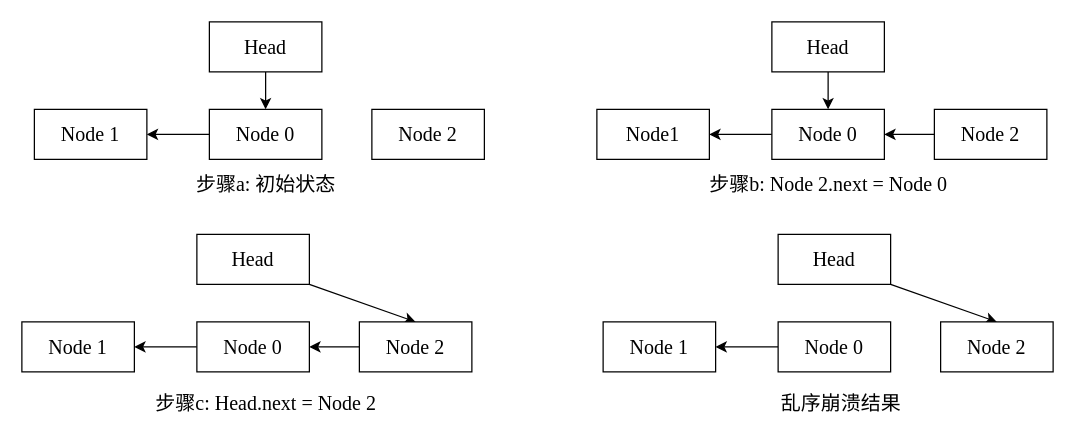
Above: page "缓存顺序问题" (3 of 17) of 毕业论文.drawio in HustDsy/Picture (draw.io), before the change. Source tidied: cells renumbered, new cells numbered last; positions are measured from the earlier drawing's top-left corner, leaving out a move shared by most shapes. Both pictures are drawn from the tidied source at 125%, with x=0, y=0 at pixel (21, 21).
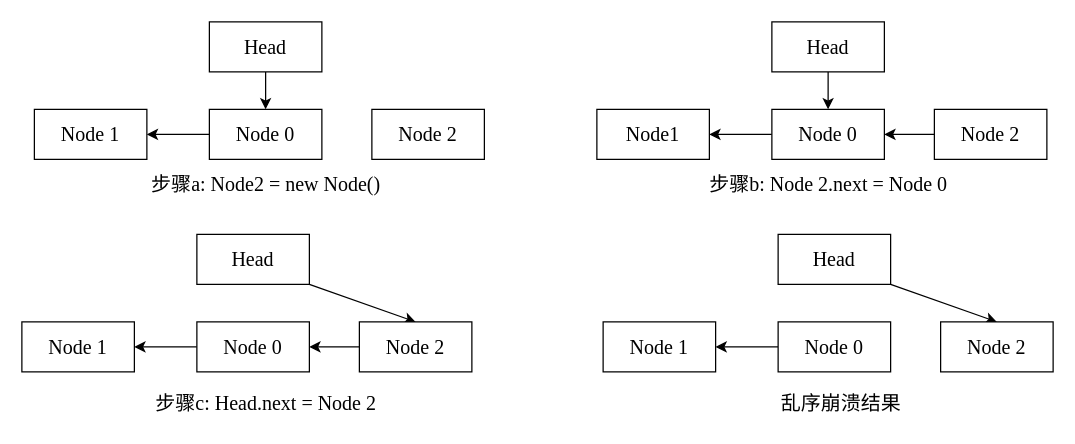
Above is the later version.

Change to the diagram source:
```diff
@@
-    <mxCell id="29" value="&lt;font face=&quot;简宋&quot;&gt;步骤&lt;/font&gt;a: &lt;font face=&quot;简宋&quot;&gt;初始状态&lt;/font&gt;" style="text;html=1;align=center;verticalAlign=middle;strokeColor=none;fillColor=none;fontSize=16;fontFamily=Times New Roman;" parent="1" vertex="1">
-      <mxGeometry x="130" y="115" width="130" height="30" as="geometry" />
+    <mxCell id="29" value="&lt;font face=&quot;简宋&quot;&gt;步骤&lt;/font&gt;a: Node2 = new Node()" style="text;html=1;align=center;verticalAlign=middle;strokeColor=none;fillColor=none;fontSize=16;fontFamily=Times New Roman;" parent="1" vertex="1">
+      <mxGeometry x="95" y="115" width="200" height="30" as="geometry" />
     </mxCell>
```
